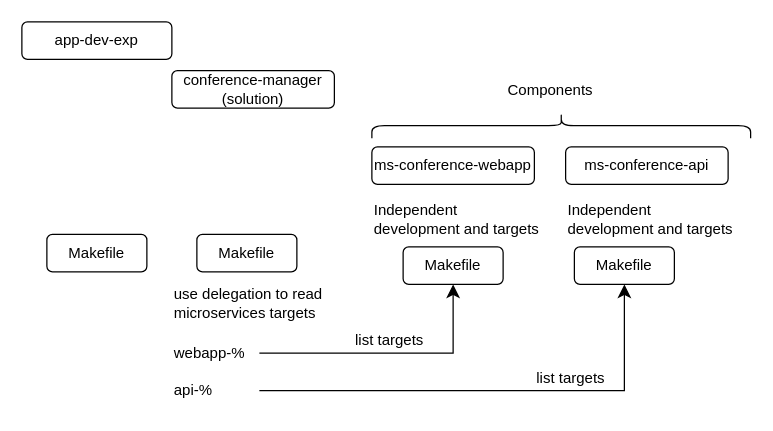
This is docs/design/makefile_design.drawio from infojasyrc/app-developer-experience, a draw.io file, before an edit. Source tidied: cells renumbered, new cells numbered last; positions are measured from the earlier drawing's top-left corner, leaving out a move shared by most shapes. Both pictures are drawn from the tidied source at 125%, with x=0, y=0 at pixel (21, -64).
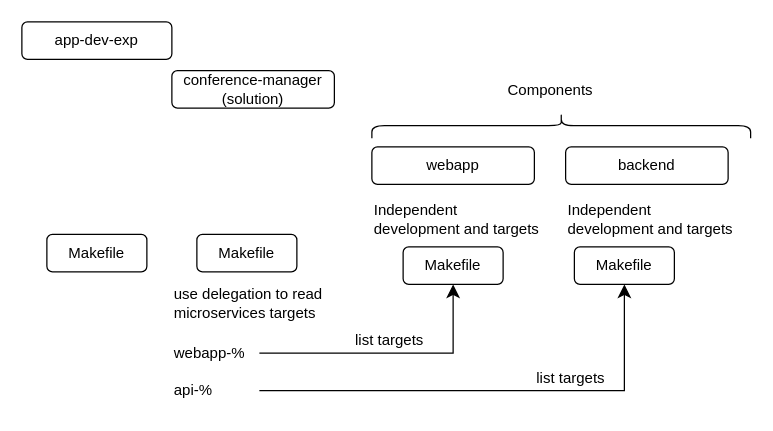
The same page after the edit.

The edit, as a diff of the source:
```diff
@@
-    <mxCell id="5" value="ms-conference-webapp" style="rounded=1;whiteSpace=wrap;html=1;" parent="1" vertex="1">
+    <mxCell id="5" value="webapp" style="rounded=1;whiteSpace=wrap;html=1;" parent="1" vertex="1">
       <mxGeometry x="280" y="168" width="130" height="30" as="geometry" />
     </mxCell>
@@
-    <mxCell id="8" value="ms-conference-api" style="rounded=1;whiteSpace=wrap;html=1;" parent="1" vertex="1">
+    <mxCell id="8" value="backend" style="rounded=1;whiteSpace=wrap;html=1;" parent="1" vertex="1">
       <mxGeometry x="435" y="168" width="130" height="30" as="geometry" />
     </mxCell>
```
